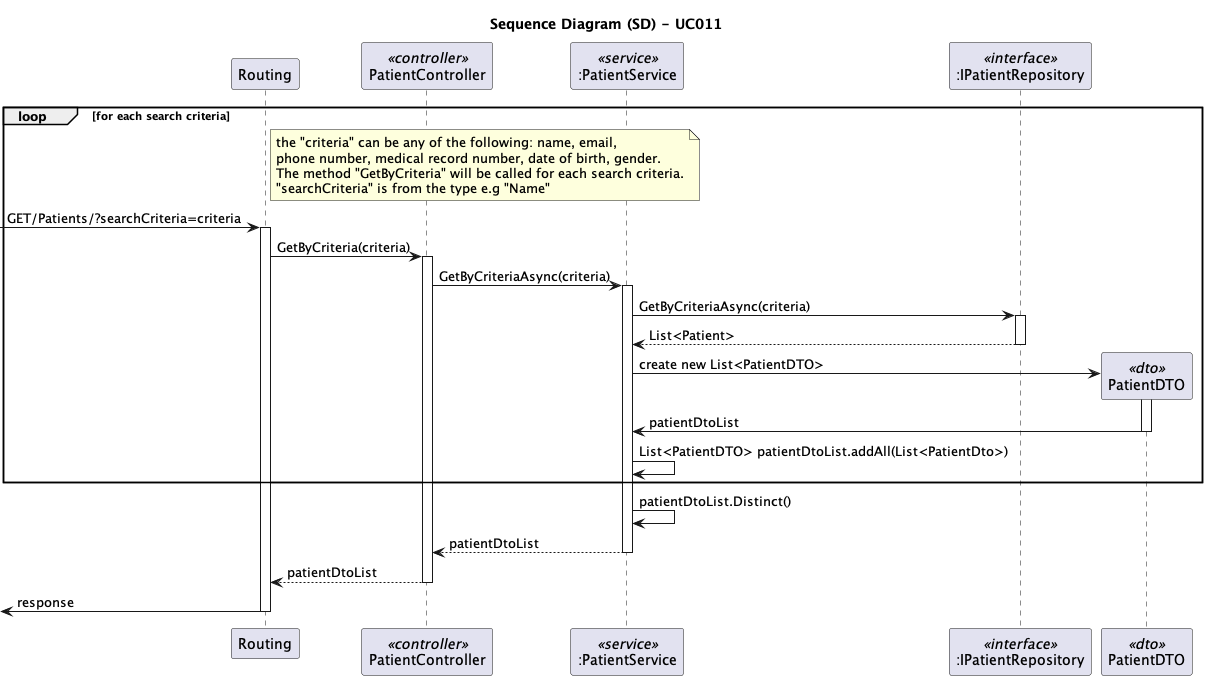
This is docs/SprintA/UseCases/UC011/03.design/png/uc011-sequence-diagram.png from 1221124/sem5pi-24-25-g031, a PlantUML export, as it was before one commit.
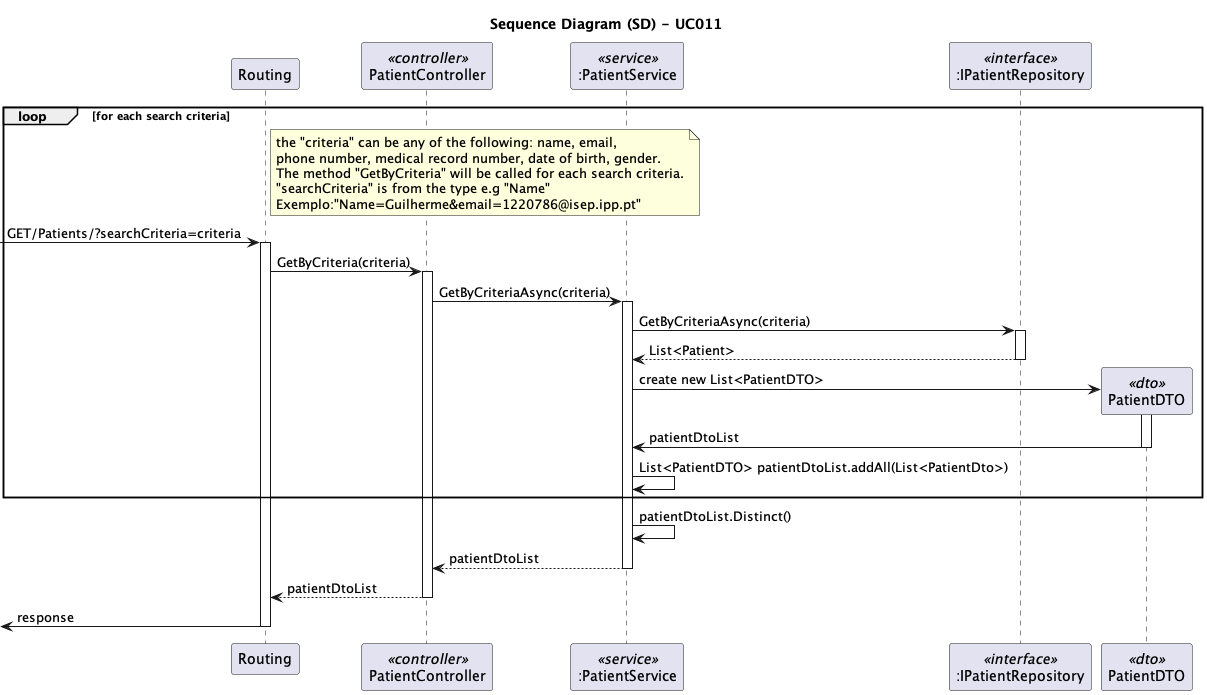
Later version of the same file.

Commit message:
#13 Sequence Diagram

Update sequence diagram UC011 and png files

Change to the diagram source:
```diff
@@ -21,6 +21,7 @@
     phone number, medical record number, date of birth, gender.
     The method "GetByCriteria" will be called for each search criteria.
     "searchCriteria" is from the type e.g "Name"
+    Exemplo:"Name=Guilherme&email=1220786@isep.ipp.pt"
   end note
 
   -> Routing: GET/Patients/?searchCriteria=criteria
```
